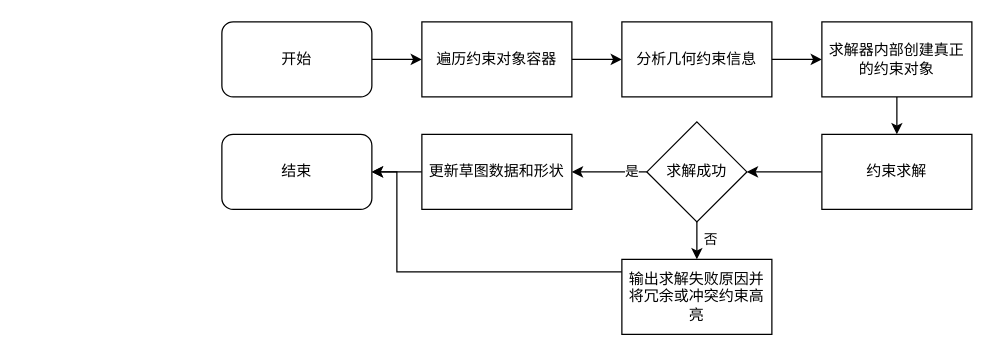
Above: 约束流求解.drawio in liuhuliuhu123/First-test (draw.io), before the change. Source tidied: cells renumbered, new cells numbered last; positions are measured from the earlier drawing's top-left corner, leaving out a move shared by most shapes. Both pictures are drawn from the tidied source at 125%, with x=0, y=0 at pixel (221, 21).
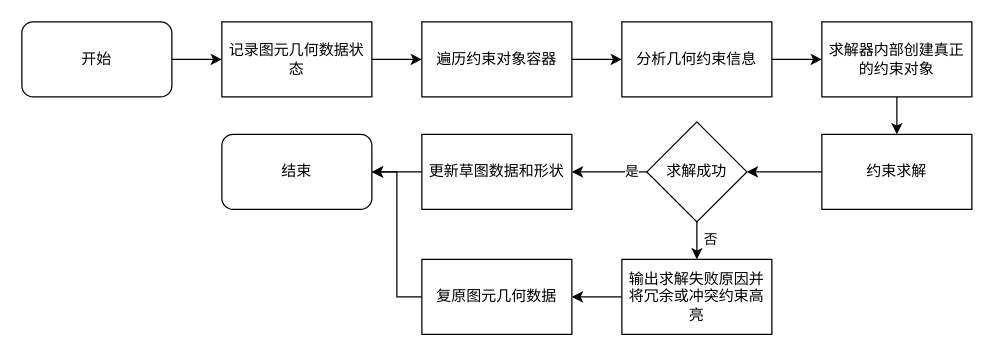
Above is the later version.

Commit message (it also covers changes not shown here):
更新约束流求解.drawio

The change refers to these unchanged cells:
```xml
<mxCell id="5" value="遍历约束对象容器" style="rounded=0;whiteSpace=wrap;html=1;" parent="1" vertex="1">
  <mxGeometry x="160" width="120" height="60" as="geometry" />
</mxCell>
<mxCell id="20" value="输出求解失败原因并将冗余或冲突约束高亮" style="rounded=0;whiteSpace=wrap;html=1;" parent="1" vertex="1">
  <mxGeometry x="320" y="190" width="120" height="60" as="geometry" />
</mxCell>
<mxCell id="21" value="结束" style="rounded=1;whiteSpace=wrap;html=1;" parent="1" vertex="1">
  <mxGeometry y="90" width="120" height="60" as="geometry" />
</mxCell>
```

Diff of the diagram source:
```diff
@@
-    <mxCell id="2" style="edgeStyle=orthogonalEdgeStyle;rounded=0;jettySize=auto;html=1;" parent="1" edge="1" source="3" target="5">
-      <mxGeometry relative="1" as="geometry" />
-    </mxCell>
+    <mxCell id="22" style="edgeStyle=orthogonalEdgeStyle;rounded=0;jettySize=auto;html=1;entryX=0;entryY=0.5;entryDx=0;entryDy=0;" parent="1" edge="1" source="3" target="27">
+      <mxGeometry relative="1" as="geometry" />
+    </mxCell>
     <mxCell id="3" value="开始" style="rounded=1;whiteSpace=wrap;html=1;" parent="1" vertex="1">
-      <mxGeometry width="120" height="60" as="geometry" />
+      <mxGeometry x="-160" width="120" height="60" as="geometry" />
     </mxCell>
@@
-    <mxCell id="19" style="edgeStyle=orthogonalEdgeStyle;rounded=0;jettySize=auto;html=1;entryX=1;entryY=0.5;entryDx=0;entryDy=0;" parent="1" edge="1" source="20" target="21">
-      <mxGeometry relative="1" as="geometry">
-        <Array as="points">
-          <mxPoint x="140" y="200" />
-          <mxPoint x="140" y="120" />
-        </Array>
-      </mxGeometry>
-    </mxCell>
+    <mxCell id="23" style="edgeStyle=orthogonalEdgeStyle;rounded=0;jettySize=auto;html=1;" parent="1" edge="1" source="20" target="25">
+      <mxGeometry relative="1" as="geometry" />
+    </mxCell>
@@
+    <mxCell id="24" style="edgeStyle=orthogonalEdgeStyle;rounded=0;jettySize=auto;html=1;entryX=1;entryY=0.5;entryDx=0;entryDy=0;" parent="1" edge="1" source="25" target="21">
+      <mxGeometry relative="1" as="geometry" />
+    </mxCell>
+    <mxCell id="25" value="复原图元几何数据" style="rounded=0;whiteSpace=wrap;html=1;" parent="1" vertex="1">
+      <mxGeometry x="160" y="190" width="120" height="60" as="geometry" />
+    </mxCell>
+    <mxCell id="26" style="edgeStyle=orthogonalEdgeStyle;rounded=0;jettySize=auto;html=1;entryX=0;entryY=0.5;entryDx=0;entryDy=0;" parent="1" edge="1" source="27" target="5">
+      <mxGeometry relative="1" as="geometry" />
+    </mxCell>
+    <mxCell id="27" value="记录图元几何数据状态" style="rounded=0;whiteSpace=wrap;html=1;" parent="1" vertex="1">
+      <mxGeometry width="120" height="60" as="geometry" />
+    </mxCell>
```
